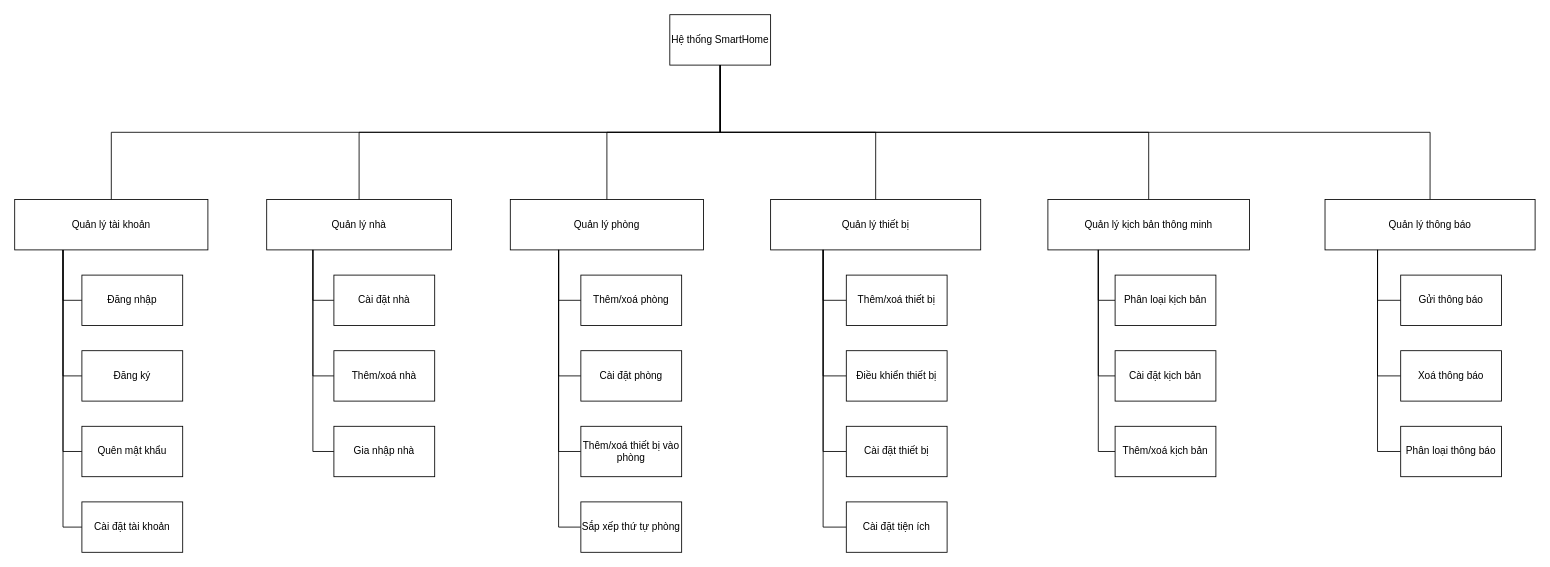
Above: page "FDD-Main" (1 of 19) of iotentities.drawio in khanhdew/SmartHome (draw.io), before the change. Source tidied: cells renumbered, new cells numbered last; positions are measured from the earlier drawing's top-left corner, leaving out a move shared by most shapes. Both pictures are drawn from the tidied source at 84%, with x=0, y=0 at pixel (14, 14).
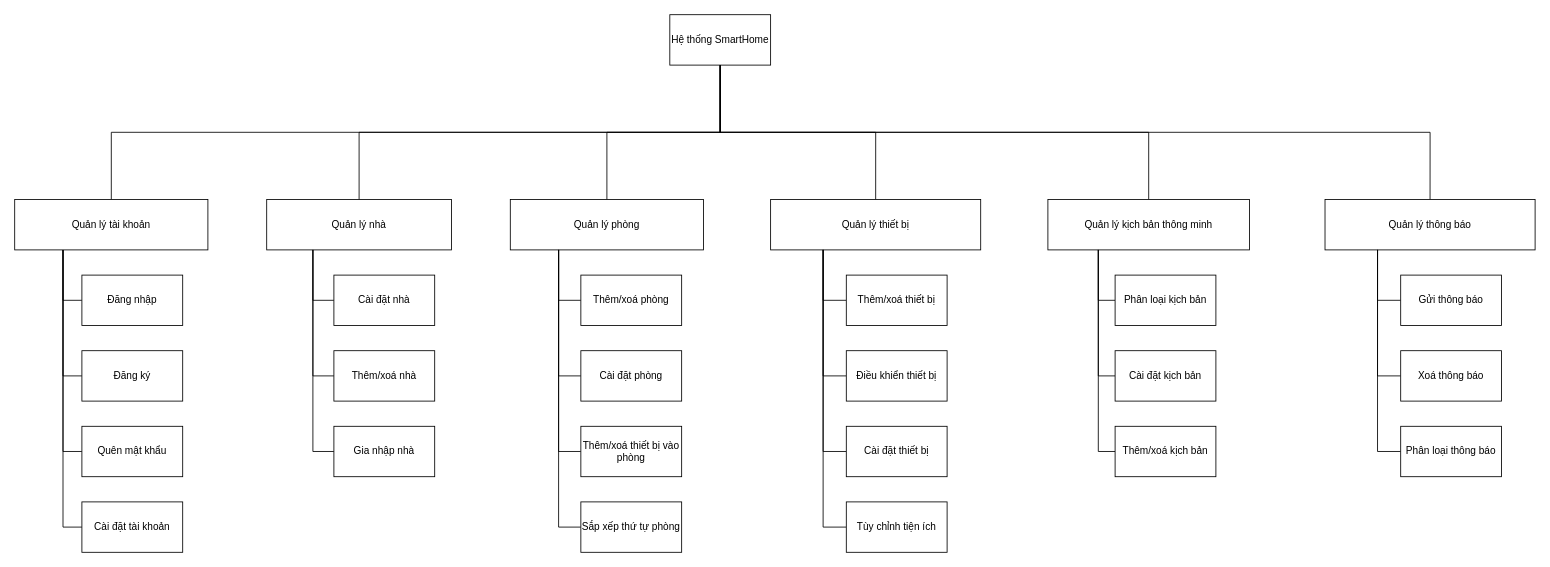
Above is the later version.

Change to the diagram source:
```diff
@@
-    <mxCell id="53" value="Cài đặt tiện ích" style="rounded=0;whiteSpace=wrap;html=1;" parent="1" vertex="1">
+    <mxCell id="53" value="Tùy chỉnh tiện ích" style="rounded=0;whiteSpace=wrap;html=1;" parent="1" vertex="1">
       <mxGeometry x="990" y="580" width="120" height="60" as="geometry" />
     </mxCell>
```
